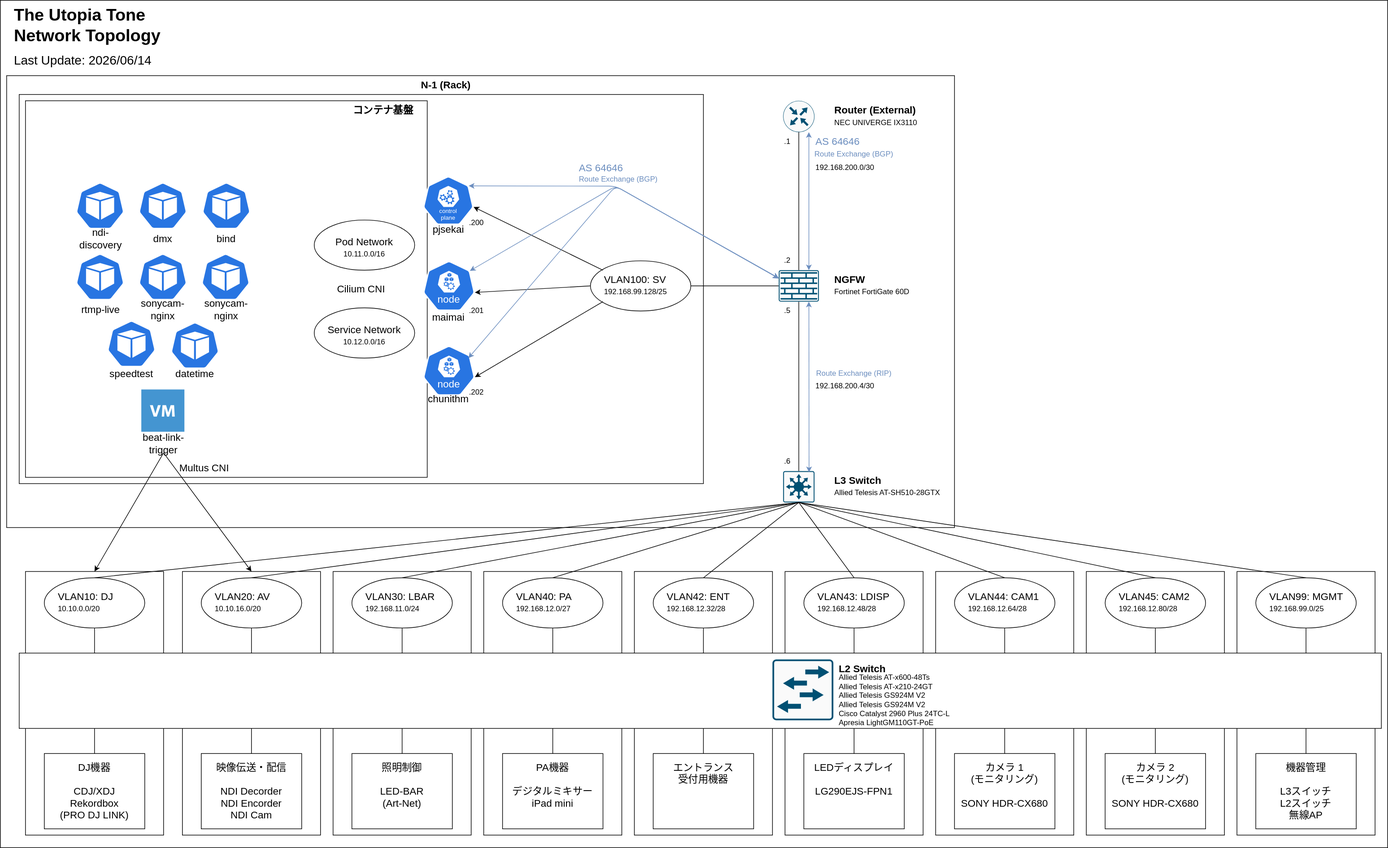
The draw.io diagram network/topology.drawio.svg in TechnoTUT/Infra, before a commit. Source tidied: cells renumbered, new cells last; positions are measured from the earlier drawing's top-left corner, leaving out a move shared by most shapes.
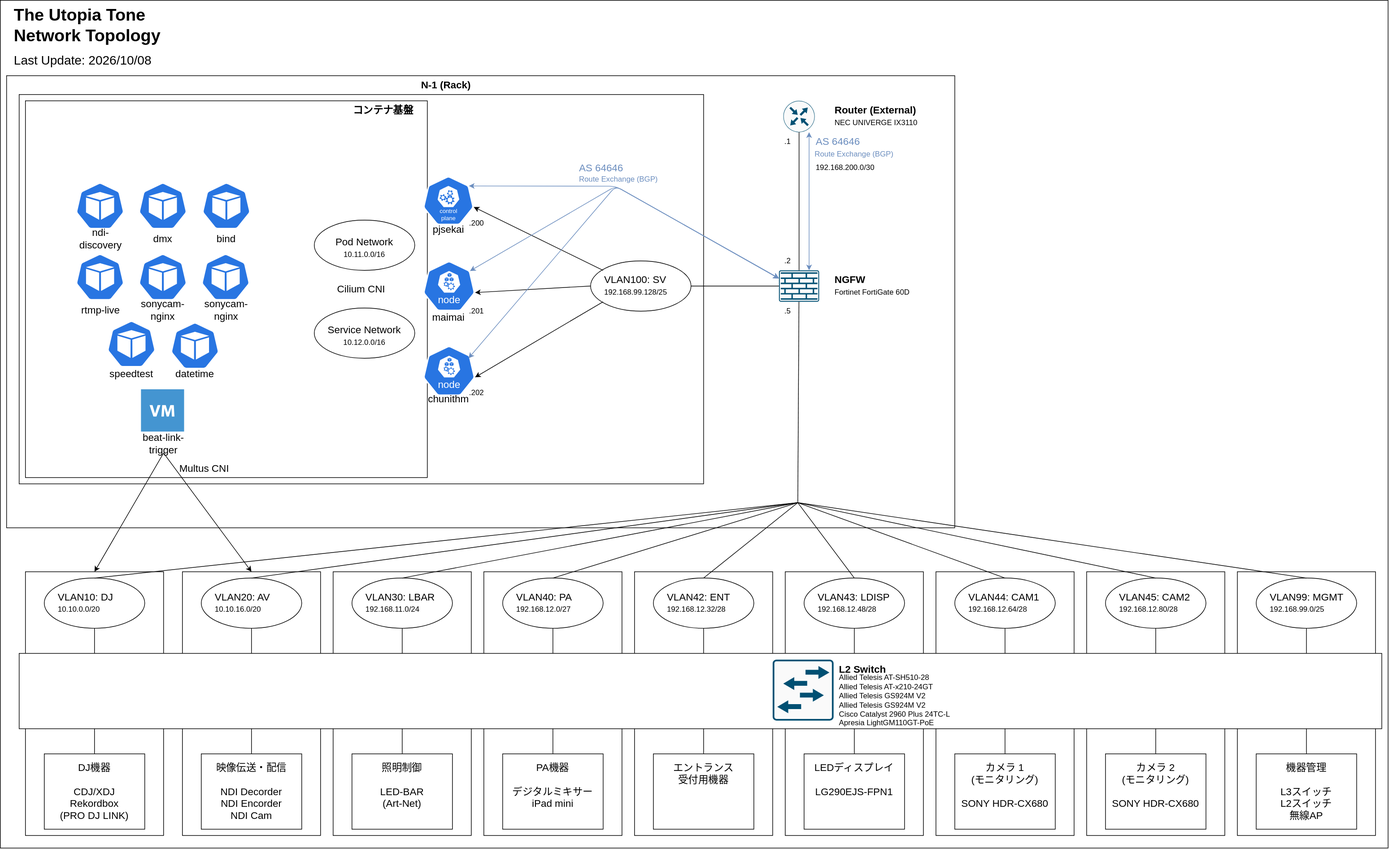
After the commit.

The edit, as a diff of the source:
```diff
@@ -35,14 +35,13 @@
     <mxCell id="12" style="rounded=0;whiteSpace=wrap;html=1;" parent="1" vertex="1">
       <mxGeometry x="40" y="160" width="640" height="600" as="geometry" />
     </mxCell>
-    <mxCell id="13" style="sketch=0;points=[[0.015,0.015,0],[0.985,0.015,0],[0.985,0.985,0],[0.015,0.985,0],[0.25,0,0],[0.5,0,0],[0.75,0,0],[1,0.25,0],[1,0.5,0],[1,0.75,0],[0.75,1,0],[0.5,1,0],[0.25,1,0],[0,0.75,0],[0,0.5,0],[0,0.25,0]];verticalLabelPosition=bottom;html=1;verticalAlign=top;align=center;shape=mxgraph.cisco19.rect;prIcon=l3_switch;fillColor=#FAFAFA;strokeColor=#005073;" parent="1" vertex="1">
-      <mxGeometry x="1247" y="750" width="50" height="50" as="geometry" />
-    </mxCell>
     <mxCell id="14" style="sketch=0;points=[[0.5,0,0],[1,0.5,0],[0.5,1,0],[0,0.5,0],[0.145,0.145,0],[0.8555,0.145,0],[0.855,0.8555,0],[0.145,0.855,0]];verticalLabelPosition=bottom;html=1;verticalAlign=top;align=center;shape=mxgraph.cisco19.rect;prIcon=router;fillColor=#FAFAFA;strokeColor=#005073;" parent="1" vertex="1">
       <mxGeometry x="1247" y="160" width="50" height="50" as="geometry" />
     </mxCell>
-    <mxCell id="15" style="edgeStyle=none;html=1;endArrow=none;endFill=0;" parent="1" edge="1" source="17" target="13">
-      <mxGeometry relative="1" as="geometry" />
+    <mxCell id="15" style="edgeStyle=none;html=1;endArrow=none;endFill=0;" parent="1" edge="1" source="17">
+      <mxGeometry relative="1" as="geometry">
+        <mxPoint x="1270" y="800" as="targetPoint" />
+      </mxGeometry>
     </mxCell>
     <mxCell id="16" style="edgeStyle=none;html=1;entryX=1;entryY=0.5;entryDx=0;entryDy=0;endArrow=none;endFill=0;" parent="1" edge="1" source="17" target="30">
       <mxGeometry relative="1" as="geometry" />
@@ -71,15 +70,6 @@
     <mxCell id="24" value="&lt;b&gt;NGFW&lt;/b&gt;" style="text;html=1;align=left;verticalAlign=middle;whiteSpace=wrap;rounded=0;fontSize=16;" parent="22" vertex="1">
       <mxGeometry width="80" height="30" as="geometry" />
     </mxCell>
-    <mxCell id="25" style="group;" parent="1" vertex="1">
-      <mxGeometry x="1327" y="750" width="180" height="50" as="geometry" />
-    </mxCell>
-    <mxCell id="26" value="Allied Telesis AT-SH510-28GTX" style="text;html=1;align=left;verticalAlign=middle;whiteSpace=wrap;rounded=0;" parent="25" vertex="1">
-      <mxGeometry y="20" width="180" height="30" as="geometry" />
-    </mxCell>
-    <mxCell id="27" value="L3 Switch" style="text;html=1;align=left;verticalAlign=middle;whiteSpace=wrap;rounded=0;fontSize=16;fontStyle=1;" parent="25" vertex="1">
-      <mxGeometry width="80" height="30" as="geometry" />
-    </mxCell>
     <mxCell id="28" style="sketch=0;html=1;dashed=0;whitespace=wrap;verticalLabelPosition=bottom;verticalAlign=top;fillColor=#2875E2;strokeColor=#ffffff;points=[[0.005,0.63,0],[0.1,0.2,0],[0.9,0.2,0],[0.5,0,0],[0.995,0.63,0],[0.72,0.99,0],[0.5,1,0],[0.28,0.99,0]];shape=mxgraph.kubernetes.icon2;kubernetesLabel=1;prIcon=control_plane;" parent="1" vertex="1">
       <mxGeometry x="673" y="280" width="81.2" height="78" as="geometry" />
     </mxCell>
@@ -182,18 +172,9 @@
     <mxCell id="59" value="Route Exchange (BGP)" style="text;html=1;align=center;verticalAlign=middle;whiteSpace=wrap;rounded=0;fontColor=#6C8EBF;" parent="1" vertex="1">
       <mxGeometry x="1290" y="230" width="140" height="30" as="geometry" />
     </mxCell>
-    <mxCell id="60" style="edgeStyle=none;html=1;entryX=0.75;entryY=1;entryDx=0;entryDy=0;entryPerimeter=0;strokeColor=#6C8EBF;startArrow=classic;startFill=1;exitX=0.826;exitY=0.037;exitDx=0;exitDy=0;exitPerimeter=0;" parent="1" edge="1" source="13" target="17">
-      <mxGeometry relative="1" as="geometry" />
-    </mxCell>
-    <mxCell id="61" value="Route Exchange (RIP)" style="text;html=1;align=center;verticalAlign=middle;whiteSpace=wrap;rounded=0;fontColor=#6C8EBF;" parent="1" vertex="1">
-      <mxGeometry x="1290" y="580" width="140" height="30" as="geometry" />
-    </mxCell>
     <mxCell id="62" value="192.168.200.0/30" style="text;html=1;align=left;verticalAlign=middle;whiteSpace=wrap;rounded=0;" parent="1" vertex="1">
       <mxGeometry x="1297" y="252" width="160" height="30" as="geometry" />
     </mxCell>
-    <mxCell id="63" value="192.168.200.4/30" style="text;html=1;align=left;verticalAlign=middle;whiteSpace=wrap;rounded=0;" parent="1" vertex="1">
-      <mxGeometry x="1297" y="600" width="160" height="30" as="geometry" />
-    </mxCell>
     <mxCell id="64" value=".2" style="text;html=1;align=left;verticalAlign=middle;whiteSpace=wrap;rounded=0;" parent="1" vertex="1">
       <mxGeometry x="1247" y="400" width="29.2" height="30" as="geometry" />
     </mxCell>
@@ -203,9 +184,6 @@
     <mxCell id="66" value=".5" style="text;html=1;align=left;verticalAlign=middle;whiteSpace=wrap;rounded=0;" parent="1" vertex="1">
       <mxGeometry x="1247" y="480" width="29.2" height="30" as="geometry" />
     </mxCell>
-    <mxCell id="67" value=".6" style="text;html=1;align=left;verticalAlign=middle;whiteSpace=wrap;rounded=0;" parent="1" vertex="1">
-      <mxGeometry x="1247" y="720" width="29.2" height="30" as="geometry" />
-    </mxCell>
     <mxCell id="68" style="group;" parent="1" vertex="1">
       <mxGeometry x="800" y="920" width="160" height="80" as="geometry" />
     </mxCell>
@@ -278,20 +256,30 @@
     <mxCell id="91" value="VLAN44: CAM1" style="text;html=1;align=left;verticalAlign=middle;whiteSpace=wrap;rounded=0;fontSize=16;" parent="88" vertex="1">
       <mxGeometry x="20" y="15" width="120" height="30" as="geometry" />
     </mxCell>
-    <mxCell id="92" style="edgeStyle=none;html=1;exitX=0.5;exitY=0;exitDx=0;exitDy=0;entryX=0.5;entryY=1;entryDx=0;entryDy=0;entryPerimeter=0;endArrow=none;endFill=0;" parent="1" edge="1" source="77" target="13">
-      <mxGeometry relative="1" as="geometry" />
+    <mxCell id="92" style="edgeStyle=none;html=1;exitX=0.5;exitY=0;exitDx=0;exitDy=0;endArrow=none;endFill=0;" parent="1" edge="1" source="77">
+      <mxGeometry relative="1" as="geometry">
+        <mxPoint x="1270" y="800" as="targetPoint" />
+      </mxGeometry>
     </mxCell>
-    <mxCell id="93" style="edgeStyle=none;html=1;exitX=0.5;exitY=0;exitDx=0;exitDy=0;entryX=0.5;entryY=1;entryDx=0;entryDy=0;entryPerimeter=0;endArrow=none;endFill=0;" parent="1" edge="1" source="81" target="13">
-      <mxGeometry relative="1" as="geometry" />
+    <mxCell id="93" style="edgeStyle=none;html=1;exitX=0.5;exitY=0;exitDx=0;exitDy=0;endArrow=none;endFill=0;" parent="1" edge="1" source="81">
+      <mxGeometry relative="1" as="geometry">
+        <mxPoint x="1270" y="800" as="targetPoint" />
+      </mxGeometry>
     </mxCell>
-    <mxCell id="94" style="edgeStyle=none;html=1;exitX=0.5;exitY=0;exitDx=0;exitDy=0;entryX=0.5;entryY=1;entryDx=0;entryDy=0;entryPerimeter=0;endArrow=none;endFill=0;" parent="1" edge="1" source="69" target="13">
-      <mxGeometry relative="1" as="geometry" />
+    <mxCell id="94" style="edgeStyle=none;html=1;exitX=0.5;exitY=0;exitDx=0;exitDy=0;endArrow=none;endFill=0;" parent="1" edge="1" source="69">
+      <mxGeometry relative="1" as="geometry">
+        <mxPoint x="1270" y="800" as="targetPoint" />
+      </mxGeometry>
     </mxCell>
-    <mxCell id="95" style="edgeStyle=none;html=1;exitX=0.5;exitY=0;exitDx=0;exitDy=0;entryX=0.5;entryY=1;entryDx=0;entryDy=0;entryPerimeter=0;endArrow=none;endFill=0;" parent="1" edge="1" source="73" target="13">
-      <mxGeometry relative="1" as="geometry" />
+    <mxCell id="95" style="edgeStyle=none;html=1;exitX=0.5;exitY=0;exitDx=0;exitDy=0;endArrow=none;endFill=0;" parent="1" edge="1" source="73">
+      <mxGeometry relative="1" as="geometry">
+        <mxPoint x="1270" y="800" as="targetPoint" />
+      </mxGeometry>
     </mxCell>
-    <mxCell id="96" style="edgeStyle=none;html=1;exitX=0.5;exitY=0;exitDx=0;exitDy=0;entryX=0.5;entryY=1;entryDx=0;entryDy=0;entryPerimeter=0;endArrow=none;endFill=0;" parent="1" edge="1" source="89" target="13">
-      <mxGeometry relative="1" as="geometry" />
+    <mxCell id="96" style="edgeStyle=none;html=1;exitX=0.5;exitY=0;exitDx=0;exitDy=0;endArrow=none;endFill=0;" parent="1" edge="1" source="89">
+      <mxGeometry relative="1" as="geometry">
+        <mxPoint x="1270" y="800" as="targetPoint" />
+      </mxGeometry>
     </mxCell>
     <mxCell id="97" value="映像伝送・配信&lt;br&gt;&lt;br&gt;NDI Decorder&lt;br&gt;NDI Encorder&lt;br&gt;NDI Cam" style="text;html=1;align=center;verticalAlign=middle;whiteSpace=wrap;rounded=0;fontSize=16;" parent="1" vertex="1">
       <mxGeometry x="320" y="1200" width="160" height="120" as="geometry" />
@@ -350,7 +338,7 @@
     <mxCell id="115" value="The Utopia Tone&lt;br&gt;Network Topology" style="text;html=1;align=left;verticalAlign=middle;whiteSpace=wrap;rounded=0;fontSize=27;fontStyle=1;" parent="1" vertex="1">
       <mxGeometry x="20" y="10" width="280" height="60" as="geometry" />
     </mxCell>
-    <mxCell id="116" value="&lt;span style=&quot;font-weight: normal;&quot;&gt;Last Update: 2026/06/14&lt;/span&gt;" style="text;html=1;align=left;verticalAlign=middle;whiteSpace=wrap;rounded=0;fontSize=20;fontStyle=1;" parent="1" vertex="1">
+    <mxCell id="116" value="&lt;span style=&quot;font-weight: normal;&quot;&gt;Last Update: 2026/10/08&lt;/span&gt;" style="text;html=1;align=left;verticalAlign=middle;whiteSpace=wrap;rounded=0;fontSize=20;fontStyle=1;" parent="1" vertex="1">
       <mxGeometry x="20" y="80" width="280" height="30" as="geometry" />
     </mxCell>
     <mxCell id="117" style="sketch=0;html=1;dashed=0;whitespace=wrap;verticalLabelPosition=bottom;verticalAlign=top;fillColor=#2875E2;strokeColor=#ffffff;points=[[0.005,0.63,0],[0.1,0.2,0],[0.9,0.2,0],[0.5,0,0],[0.995,0.63,0],[0.72,0.99,0],[0.5,1,0],[0.28,0.99,0]];shape=mxgraph.kubernetes.icon2;kubernetesLabel=1;prIcon=node;" parent="1" vertex="1">
@@ -414,8 +402,10 @@
     <mxCell id="133" style="edgeStyle=none;html=1;entryX=0.5;entryY=0;entryDx=0;entryDy=0;endArrow=none;endFill=0;" parent="1" edge="1" source="129" target="132">
       <mxGeometry relative="1" as="geometry" />
     </mxCell>
-    <mxCell id="134" style="edgeStyle=none;html=1;exitX=0.5;exitY=0;exitDx=0;exitDy=0;endArrow=none;endFill=0;entryX=0.5;entryY=1;entryDx=0;entryDy=0;entryPerimeter=0;" parent="1" edge="1" source="85" target="13">
-      <mxGeometry relative="1" as="geometry" />
+    <mxCell id="134" style="edgeStyle=none;html=1;exitX=0.5;exitY=0;exitDx=0;exitDy=0;endArrow=none;endFill=0;" parent="1" edge="1" source="85">
+      <mxGeometry relative="1" as="geometry">
+        <mxPoint x="1270" y="800" as="targetPoint" />
+      </mxGeometry>
     </mxCell>
     <mxCell id="135" style="rounded=0;whiteSpace=wrap;html=1;" parent="1" vertex="1">
       <mxGeometry x="1730" y="910" width="220" height="420" as="geometry" />
@@ -471,20 +461,26 @@
     <mxCell id="152" style="sketch=0;verticalLabelPosition=bottom;html=1;verticalAlign=top;align=center;shape=mxgraph.cisco19.rect;prIcon=l2_switch;fillColor=#FAFAFA;strokeColor=#005073;" parent="1" vertex="1">
       <mxGeometry x="1230" y="1050" width="97" height="97" as="geometry" />
     </mxCell>
-    <mxCell id="153" value="Allied Telesis AT-x600-48Ts&lt;br&gt;Allied Telesis AT-x210-24GT&lt;br&gt;Allied Telesis GS924M V2&lt;br&gt;&lt;span style=&quot;color: rgb(0, 0, 0);&quot;&gt;Allied Telesis GS924M V2&lt;br&gt;Cisco Catalyst 2960 Plus 24TC-L&lt;br&gt;Apresia LightGM110GT-PoE&lt;/span&gt;" style="text;html=1;align=left;verticalAlign=middle;whiteSpace=wrap;rounded=0;" parent="1" vertex="1">
+    <mxCell id="153" value="Allied Telesis AT-SH510-28&lt;br&gt;Allied Telesis AT-x210-24GT&lt;br&gt;Allied Telesis GS924M V2&lt;br&gt;&lt;span style=&quot;color: rgb(0, 0, 0);&quot;&gt;Allied Telesis GS924M V2&lt;br&gt;Cisco Catalyst 2960 Plus 24TC-L&lt;br&gt;Apresia LightGM110GT-PoE&lt;/span&gt;" style="text;html=1;align=left;verticalAlign=middle;whiteSpace=wrap;rounded=0;" parent="1" vertex="1">
       <mxGeometry x="1333.5" y="1070" width="190" height="90" as="geometry" />
     </mxCell>
     <mxCell id="154" value="L2 Switch" style="text;html=1;align=left;verticalAlign=middle;whiteSpace=wrap;rounded=0;fontSize=16;fontStyle=1;" parent="1" vertex="1">
       <mxGeometry x="1333.5" y="1050" width="80" height="30" as="geometry" />
     </mxCell>
-    <mxCell id="155" style="edgeStyle=none;html=1;exitX=0.5;exitY=0;exitDx=0;exitDy=0;entryX=0.5;entryY=1;entryDx=0;entryDy=0;entryPerimeter=0;endArrow=none;endFill=0;" parent="1" edge="1" source="137" target="13">
-      <mxGeometry relative="1" as="geometry" />
+    <mxCell id="155" style="edgeStyle=none;html=1;exitX=0.5;exitY=0;exitDx=0;exitDy=0;endArrow=none;endFill=0;" parent="1" edge="1" source="137">
+      <mxGeometry relative="1" as="geometry">
+        <mxPoint x="1270" y="800" as="targetPoint" />
+      </mxGeometry>
     </mxCell>
-    <mxCell id="156" style="edgeStyle=none;html=1;exitX=0.5;exitY=0;exitDx=0;exitDy=0;entryX=0.5;entryY=1;entryDx=0;entryDy=0;entryPerimeter=0;endArrow=none;endFill=0;" parent="1" edge="1" source="145" target="13">
-      <mxGeometry relative="1" as="geometry" />
+    <mxCell id="156" style="edgeStyle=none;html=1;exitX=0.5;exitY=0;exitDx=0;exitDy=0;endArrow=none;endFill=0;" parent="1" edge="1" source="145">
+      <mxGeometry relative="1" as="geometry">
+        <mxPoint x="1270" y="800" as="targetPoint" />
+      </mxGeometry>
     </mxCell>
-    <mxCell id="157" style="edgeStyle=none;html=1;exitX=0.5;exitY=0;exitDx=0;exitDy=0;entryX=0.5;entryY=1;entryDx=0;entryDy=0;entryPerimeter=0;endArrow=none;endFill=0;" parent="1" edge="1" source="129" target="13">
-      <mxGeometry relative="1" as="geometry" />
+    <mxCell id="157" style="edgeStyle=none;html=1;exitX=0.5;exitY=0;exitDx=0;exitDy=0;endArrow=none;endFill=0;" parent="1" edge="1" source="129">
+      <mxGeometry relative="1" as="geometry">
+        <mxPoint x="1270" y="800" as="targetPoint" />
+      </mxGeometry>
     </mxCell>
     <mxCell id="158" style="shadow=0;dashed=0;html=1;strokeColor=none;fillColor=#4495D1;labelPosition=center;verticalLabelPosition=bottom;verticalAlign=top;align=center;shape=mxgraph.veeam.2d.virtual_machine;" parent="1" vertex="1">
       <mxGeometry x="224.5" y="620" width="68.7" height="67.3" as="geometry" />
```
